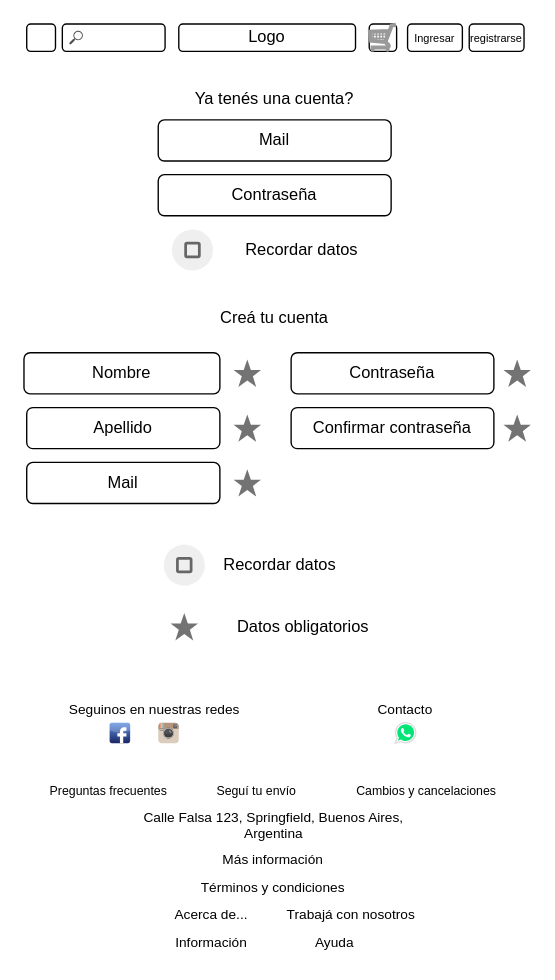
Before: page "Mobile_formulario_de_registro" (9 of 10) of BequiaWireframe.drawio in drisaro/grupo_6_bequia, a draw.io diagram. Source tidied: cells renumbered, new cells numbered last; positions are measured from the earlier drawing's top-left corner, leaving out a move shared by most shapes. Both pictures are drawn from the tidied source at 137%, with x=0, y=0 at pixel (23, 23).
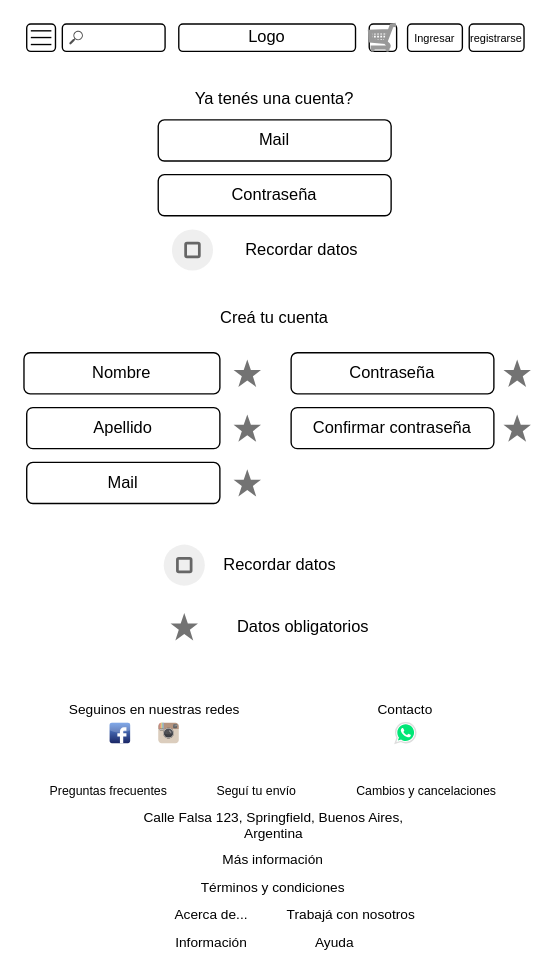
The same page after the edit.

Diff of the diagram source:
```diff
@@
-    <mxCell id="2" style="rounded=1;whiteSpace=wrap;html=1;fontSize=12;fontColor=#000000;" parent="1" vertex="1">
-      <mxGeometry x="2" width="21" height="20" as="geometry" />
-    </mxCell>
@@
+    <mxCell id="2" style="rounded=1;whiteSpace=wrap;html=1;fontSize=12;fontColor=#000000;" parent="1" vertex="1">
+      <mxGeometry x="2" width="21" height="20" as="geometry" />
+    </mxCell>
+    <mxCell id="47" style="endArrow=none;html=1;rounded=0;fontSize=9;strokeWidth=1;" parent="1" edge="1">
+      <mxGeometry relative="1" as="geometry">
+        <mxPoint x="5" y="5" as="sourcePoint" />
+        <mxPoint x="20" y="5" as="targetPoint" />
+      </mxGeometry>
+    </mxCell>
+    <mxCell id="48" style="endArrow=none;html=1;rounded=0;fontSize=9;strokeWidth=1;" parent="1" edge="1">
+      <mxGeometry relative="1" as="geometry">
+        <mxPoint x="5" y="15" as="sourcePoint" />
+        <mxPoint x="20" y="15" as="targetPoint" />
+      </mxGeometry>
+    </mxCell>
+    <mxCell id="49" style="endArrow=none;html=1;rounded=0;fontSize=9;strokeWidth=1;" parent="1" edge="1">
+      <mxGeometry relative="1" as="geometry">
+        <mxPoint x="5" y="9.9" as="sourcePoint" />
+        <mxPoint x="20" y="9.9" as="targetPoint" />
+        <Array as="points">
+          <mxPoint x="13" y="9.9" />
+        </Array>
+      </mxGeometry>
+    </mxCell>
```
